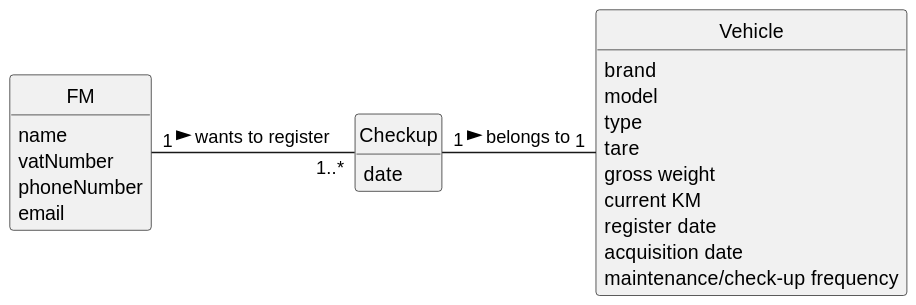
Earlier version of the PlantUML export docs/sprint2/us007/02.analysis/svg/us007-domain-model.svg (tiagosoa/lei-24-s2-1dgh-g073). Source of this version:
```plantuml
@startuml
skinparam monochrome true
skinparam packageStyle rectangle
skinparam shadowing false


skinparam classAttributeIconSize 0

hide circle
hide methods



class FM {
    name
    vatNumber
    phoneNumber
    email
}

class Checkup {
    date
}

class Vehicle {
    brand
    model
    type
    tare
    gross weight
    current KM
    register date
    acquisition date
    maintenance/check-up frequency
}

FM "1" - "1..*" Checkup : wants to register >
Checkup "1" - "1" Vehicle: belongs to >
@enduml
```
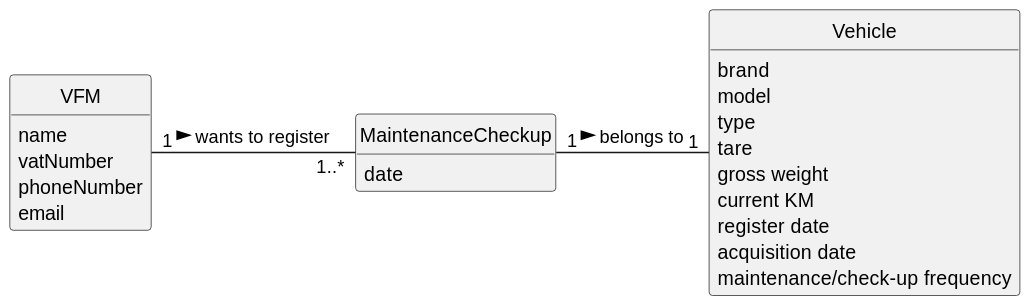
After the change.

Diff of the diagram source:
```diff
@@ -11,14 +11,14 @@
 
 
 
-class FM {
+class VFM {
     name
     vatNumber
     phoneNumber
     email
 }
 
-class Checkup {
+class MaintenanceCheckup {
     date
 }
 
@@ -34,6 +34,6 @@
     maintenance/check-up frequency
 }
 
-FM "1" - "1..*" Checkup : wants to register >
-Checkup "1" - "1" Vehicle: belongs to >
+VFM "1" - "1..*" MaintenanceCheckup : wants to register >
+MaintenanceCheckup "1" - "1" Vehicle: belongs to >
 @enduml
```
